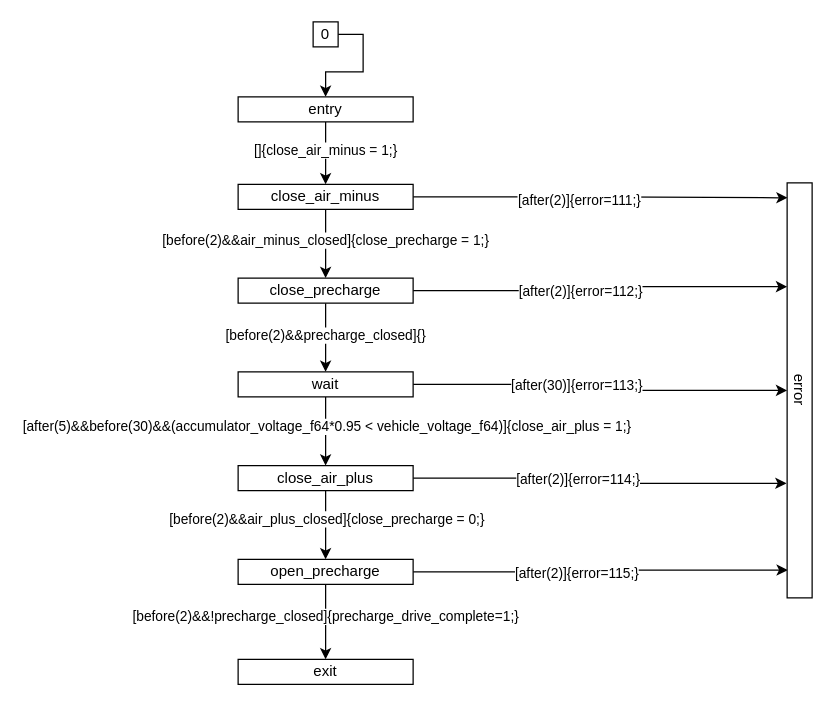
Before: page "precharge_drive" (2 of 7) of xver/xsm/XML/graph.drawio in osceri/AMS-CC, a draw.io diagram. Source tidied: cells renumbered, new cells numbered last; positions are measured from the earlier drawing's top-left corner, leaving out a move shared by most shapes. Both pictures are drawn from the tidied source at 125%, with x=0, y=0 at pixel (238, 21).
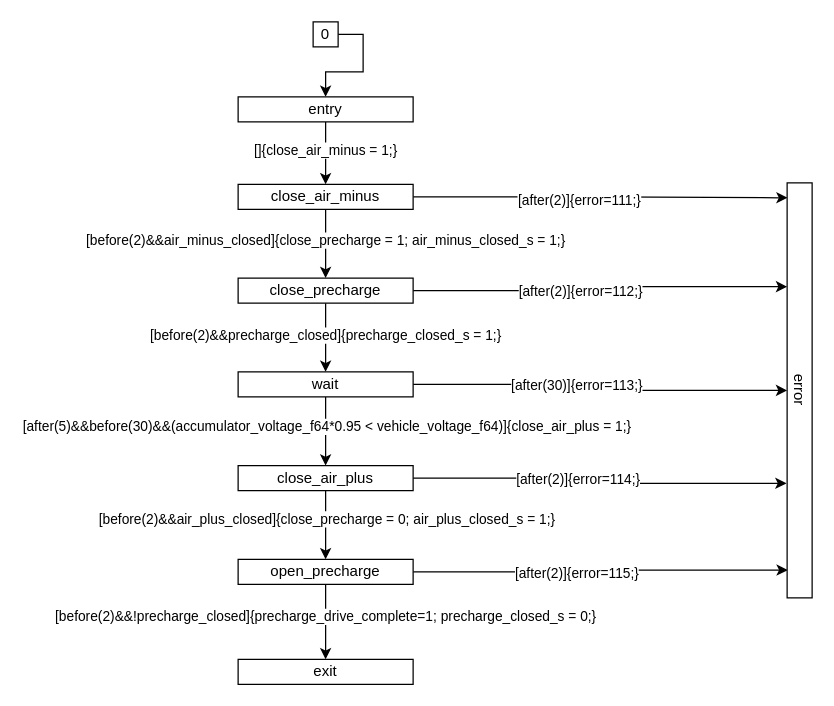
The same page after the edit.

Unchanged cells that the change refers to:
```xml
<mxCell id="2" style="edgeStyle=orthogonalEdgeStyle;rounded=0;jettySize=auto;html=1;exitX=0.5;exitY=1;exitDx=0;exitDy=0;entryX=0.5;entryY=0;entryDx=0;entryDy=0;" parent="1" edge="1" source="6" target="11">
  <mxGeometry relative="1" as="geometry" />
</mxCell>
<mxCell id="7" style="edgeStyle=orthogonalEdgeStyle;rounded=0;jettySize=auto;html=1;exitX=0.5;exitY=1;exitDx=0;exitDy=0;entryX=0.5;entryY=0;entryDx=0;entryDy=0;" parent="1" edge="1" source="11" target="16">
  <mxGeometry relative="1" as="geometry" />
</mxCell>
<mxCell id="17" style="edgeStyle=orthogonalEdgeStyle;rounded=0;jettySize=auto;html=1;exitX=0.5;exitY=1;exitDx=0;exitDy=0;entryX=0.5;entryY=0;entryDx=0;entryDy=0;" parent="1" edge="1" source="21" target="26">
  <mxGeometry relative="1" as="geometry" />
</mxCell>
<mxCell id="24" style="edgeStyle=orthogonalEdgeStyle;rounded=0;jettySize=auto;html=1;exitX=0.5;exitY=1;exitDx=0;exitDy=0;entryX=0.5;entryY=0;entryDx=0;entryDy=0;" parent="1" edge="1" source="26" target="28">
  <mxGeometry relative="1" as="geometry" />
</mxCell>
```

Diff of the diagram source:
```diff
@@
-    <mxCell id="3" value="[before(2)&amp;amp;&amp;amp;air_minus_closed]{close_precharge = 1;}" style="edgeLabel;html=1;align=center;verticalAlign=middle;" parent="2" vertex="1">
+    <mxCell id="3" value="[before(2)&amp;amp;&amp;amp;air_minus_closed]{close_precharge = 1; air_minus_closed_s = 1;}" style="edgeLabel;html=1;align=center;verticalAlign=middle;" parent="2" vertex="1">
       <mxGeometry x="-0.13" y="-1" relative="1" as="geometry" />
     </mxCell>
@@
-    <mxCell id="8" value="[before(2)&amp;amp;&amp;amp;precharge_closed]{}" style="edgeLabel;html=1;align=center;verticalAlign=middle;" parent="7" vertex="1">
+    <mxCell id="8" value="[before(2)&amp;amp;&amp;amp;precharge_closed]{precharge_closed_s = 1;}" style="edgeLabel;html=1;align=center;verticalAlign=middle;" parent="7" vertex="1">
       <mxGeometry x="-0.09" y="-1" relative="1" as="geometry" />
     </mxCell>
@@
-    <mxCell id="18" value="[before(2)&amp;amp;&amp;amp;air_plus_closed]{close_precharge = 0;}" style="edgeLabel;html=1;align=center;verticalAlign=middle;" parent="17" vertex="1">
+    <mxCell id="18" value="[before(2)&amp;amp;&amp;amp;air_plus_closed]{close_precharge = 0; air_plus_closed_s = 1;}" style="edgeLabel;html=1;align=center;verticalAlign=middle;" parent="17" vertex="1">
       <mxGeometry x="-0.21" relative="1" as="geometry" />
     </mxCell>
@@
-    <mxCell id="25" value="[before(2)&amp;amp;&amp;amp;!precharge_closed]{precharge_drive_complete=1;}" style="edgeLabel;html=1;align=center;verticalAlign=middle;" parent="24" vertex="1">
+    <mxCell id="25" value="[before(2)&amp;amp;&amp;amp;!precharge_closed]{precharge_drive_complete=1; precharge_closed_s = 0;}" style="edgeLabel;html=1;align=center;verticalAlign=middle;" parent="24" vertex="1">
       <mxGeometry x="-0.18" y="-1" relative="1" as="geometry" />
     </mxCell>
```
